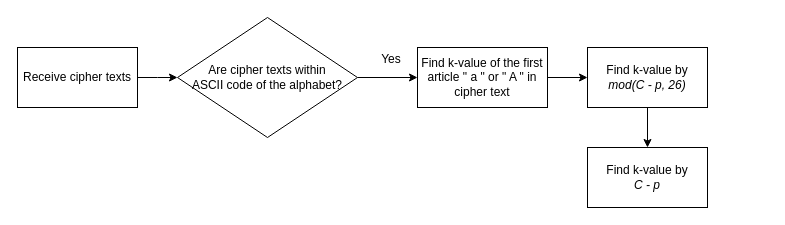
Before: 未命名绘图.drawio in Sheathh/my_HLC, a draw.io diagram. Source tidied: cells renumbered, new cells numbered last; positions are measured from the earlier drawing's top-left corner, leaving out a move shared by most shapes. Both pictures are drawn from the tidied source at 100%, with x=0, y=0 at pixel (17, 17).
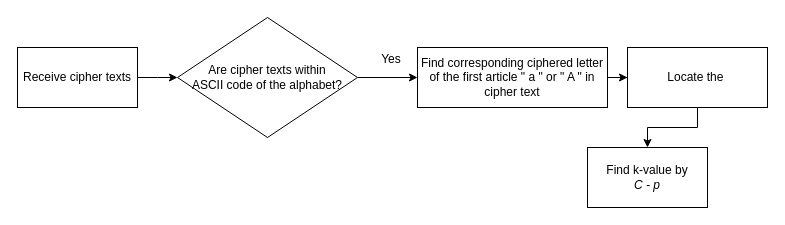
Above is the later version.

Commit message (it also covers changes not shown here):
更新未命名绘图.drawio

Change to the diagram source:
```diff
@@
 <mxGraphModel>
   <root>
     <mxCell id="0" />
     <mxCell id="1" parent="0" />
     <mxCell id="2" style="edgeStyle=orthogonalEdgeStyle;rounded=0;jettySize=auto;html=1;" parent="1" edge="1" source="3" target="5">
       <mxGeometry relative="1" as="geometry" />
     </mxCell>
-    <mxCell id="3" value="Find k-value&amp;nbsp;of the first article &quot; a &quot; or &quot; A &quot; in cipher text" style="rounded=0;whiteSpace=wrap;html=1;" parent="1" vertex="1">
-      <mxGeometry x="400" y="30" width="130" height="60" as="geometry" />
+    <mxCell id="3" value="Find corresponding&amp;nbsp;ciphered letter of the first article &quot; a &quot; or &quot; A &quot; in cipher text" style="rounded=0;whiteSpace=wrap;html=1;" parent="1" vertex="1">
+      <mxGeometry x="400" y="30" width="190" height="60" as="geometry" />
     </mxCell>
     <mxCell id="4" style="edgeStyle=orthogonalEdgeStyle;rounded=0;jettySize=auto;html=1;" parent="1" edge="1" source="5" target="11">
       <mxGeometry relative="1" as="geometry" />
     </mxCell>
-    <mxCell id="5" value="Find k-value by&lt;br&gt;&lt;i&gt;mod(C - p, 26)&lt;/i&gt;" style="rounded=0;whiteSpace=wrap;html=1;" parent="1" vertex="1">
-      <mxGeometry x="570" y="30" width="120" height="60" as="geometry" />
+    <mxCell id="5" value="Locate the&amp;nbsp;" style="rounded=0;whiteSpace=wrap;html=1;" parent="1" vertex="1">
+      <mxGeometry x="610" y="30" width="140" height="60" as="geometry" />
     </mxCell>
     <mxCell id="6" style="edgeStyle=orthogonalEdgeStyle;rounded=0;jettySize=auto;html=1;" parent="1" edge="1" source="7">
       <mxGeometry relative="1" as="geometry">
         <mxPoint x="160" y="60" as="targetPoint" />
       </mxGeometry>
     </mxCell>
     <mxCell id="7" value="Receive cipher texts" style="rounded=0;whiteSpace=wrap;html=1;" parent="1" vertex="1">
       <mxGeometry y="30" width="120" height="60" as="geometry" />
     </mxCell>
     <mxCell id="8" style="edgeStyle=orthogonalEdgeStyle;rounded=0;jettySize=auto;html=1;" parent="1" edge="1" source="9" target="3">
       <mxGeometry relative="1" as="geometry" />
     </mxCell>
     <mxCell id="9" value="Are cipher texts within &lt;br&gt;ASCII code of the alphabet?" style="rhombus;whiteSpace=wrap;html=1;" parent="1" vertex="1">
       <mxGeometry x="160" width="180" height="120" as="geometry" />
     </mxCell>
     <mxCell id="10" value="Yes" style="rounded=0;whiteSpace=wrap;html=1;opacity=0;" parent="1" vertex="1">
       <mxGeometry x="314" y="12" width="120" height="60" as="geometry" />
     </mxCell>
     <mxCell id="11" value="Find k-value by&lt;br&gt;&lt;i&gt;C - p&lt;/i&gt;" style="rounded=0;whiteSpace=wrap;html=1;" parent="1" vertex="1">
       <mxGeometry x="570" y="130" width="120" height="60" as="geometry" />
     </mxCell>
   </root>
 </mxGraphModel>
```
